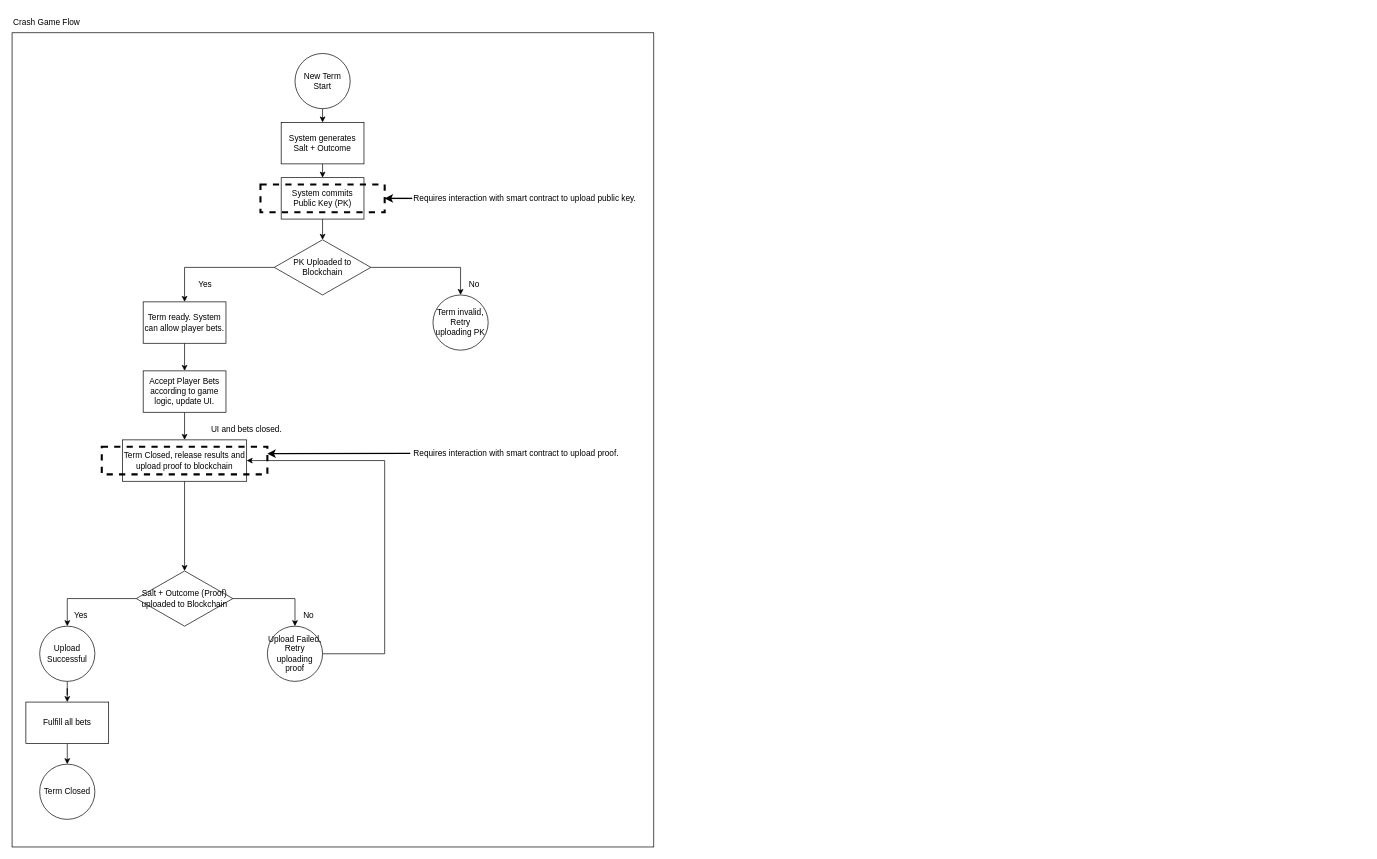
Above: Crashuserflow.drawio in wayneGoCode/drawio-diagrams (draw.io), before the change. Source tidied: cells renumbered, new cells numbered last; positions are measured from the earlier drawing's top-left corner, leaving out a move shared by most shapes. Both pictures are drawn from the tidied source at 69%, with x=0, y=0 at pixel (12, 12).
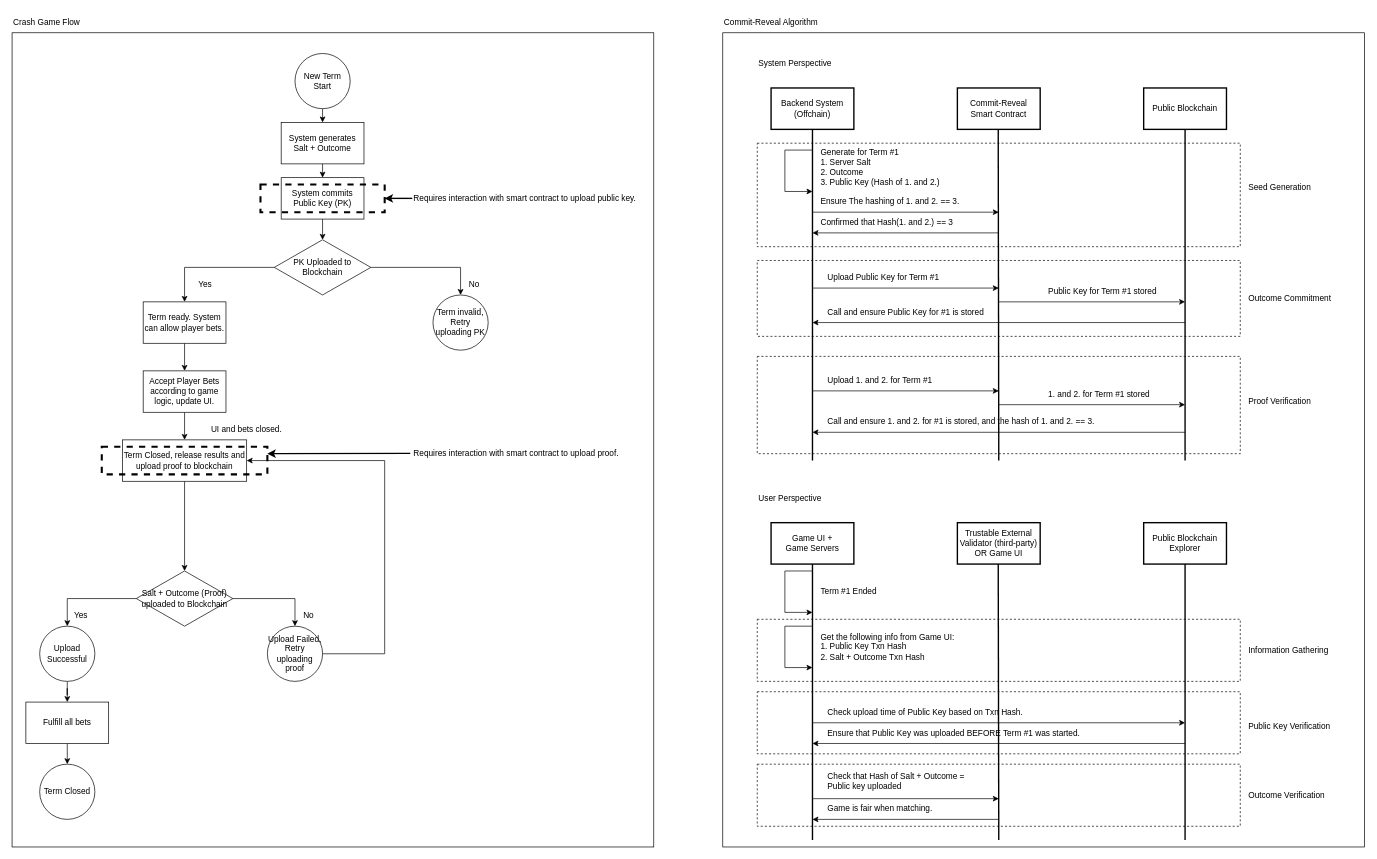
The same diagram, later.

What changed in the source:
```diff
@@
+    <mxCell id="41" style="rounded=0;whiteSpace=wrap;html=1;fillColor=none;dashed=1;" parent="1" vertex="1">
+      <mxGeometry x="1080" y="985" width="700" height="90" as="geometry" />
+    </mxCell>
+    <mxCell id="42" style="rounded=0;whiteSpace=wrap;html=1;fillColor=none;dashed=1;" parent="1" vertex="1">
+      <mxGeometry x="1080" y="190" width="700" height="150" as="geometry" />
+    </mxCell>
@@
+    <mxCell id="43" value="Commit-Reveal Algorithm" style="text;html=1;align=left;verticalAlign=middle;whiteSpace=wrap;rounded=0;" parent="1" vertex="1">
+      <mxGeometry x="1030" width="190" height="30" as="geometry" />
+    </mxCell>
+    <mxCell id="44" style="rounded=0;whiteSpace=wrap;html=1;fillColor=none;" parent="1" vertex="1">
+      <mxGeometry x="1030" y="30" width="930" height="1180" as="geometry" />
+    </mxCell>
+    <mxCell id="45" value="Backend System (Offchain)" style="rounded=0;whiteSpace=wrap;html=1;strokeWidth=2;" parent="1" vertex="1">
+      <mxGeometry x="1100" y="110" width="120" height="60" as="geometry" />
+    </mxCell>
+    <mxCell id="46" value="Public Blockchain" style="rounded=0;whiteSpace=wrap;html=1;strokeWidth=2;" parent="1" vertex="1">
+      <mxGeometry x="1640" y="110" width="120" height="60" as="geometry" />
+    </mxCell>
+    <mxCell id="47" value="Commit-Reveal Smart Contract" style="rounded=0;whiteSpace=wrap;html=1;strokeWidth=2;" parent="1" vertex="1">
+      <mxGeometry x="1370" y="110" width="120" height="60" as="geometry" />
+    </mxCell>
+    <mxCell id="48" style="endArrow=none;html=1;rounded=0;entryX=0.5;entryY=1;entryDx=0;entryDy=0;strokeWidth=2;" parent="1" edge="1" target="45">
+      <mxGeometry relative="1" as="geometry">
+        <mxPoint x="1160" y="650" as="sourcePoint" />
+      </mxGeometry>
+    </mxCell>
+    <mxCell id="49" style="endArrow=none;html=1;rounded=0;entryX=0.5;entryY=1;entryDx=0;entryDy=0;strokeWidth=2;" parent="1" edge="1">
+      <mxGeometry relative="1" as="geometry">
+        <mxPoint x="1430" y="650" as="sourcePoint" />
+        <mxPoint x="1429.2" y="170" as="targetPoint" />
+      </mxGeometry>
+    </mxCell>
+    <mxCell id="50" style="endArrow=none;html=1;rounded=0;entryX=0.5;entryY=1;entryDx=0;entryDy=0;strokeWidth=2;" parent="1" edge="1">
+      <mxGeometry relative="1" as="geometry">
+        <mxPoint x="1700" y="650" as="sourcePoint" />
+        <mxPoint x="1700" y="170" as="targetPoint" />
+      </mxGeometry>
+    </mxCell>
+    <mxCell id="51" value="System Perspective" style="text;html=1;align=left;verticalAlign=middle;whiteSpace=wrap;rounded=0;" parent="1" vertex="1">
+      <mxGeometry x="1080" y="60" width="190" height="30" as="geometry" />
+    </mxCell>
+    <mxCell id="52" value="Upload Public Key for Term #1" style="text;html=1;align=left;verticalAlign=middle;whiteSpace=wrap;rounded=0;" parent="1" vertex="1">
+      <mxGeometry x="1180" y="370" width="190" height="30" as="geometry" />
+    </mxCell>
+    <mxCell id="53" style="endArrow=classic;html=1;rounded=0;" parent="1" edge="1">
+      <mxGeometry relative="1" as="geometry">
+        <mxPoint x="1160" y="400" as="sourcePoint" />
+        <mxPoint x="1430" y="400" as="targetPoint" />
+      </mxGeometry>
+    </mxCell>
+    <mxCell id="54" style="endArrow=classic;html=1;rounded=0;" parent="1" edge="1">
+      <mxGeometry relative="1" as="geometry">
+        <mxPoint x="1430" y="420" as="sourcePoint" />
+        <mxPoint x="1700" y="420" as="targetPoint" />
+      </mxGeometry>
+    </mxCell>
+    <mxCell id="55" value="Public Key for Term #1 stored" style="text;html=1;align=left;verticalAlign=middle;whiteSpace=wrap;rounded=0;" parent="1" vertex="1">
+      <mxGeometry x="1500" y="390" width="190" height="30" as="geometry" />
+    </mxCell>
+    <mxCell id="56" style="endArrow=classic;html=1;rounded=0;" parent="1" edge="1">
+      <mxGeometry relative="1" as="geometry">
+        <mxPoint x="1700" y="450" as="sourcePoint" />
+        <mxPoint x="1160" y="450" as="targetPoint" />
+      </mxGeometry>
+    </mxCell>
+    <mxCell id="57" value="Call and ensure Public Key for #1 is stored" style="text;html=1;align=left;verticalAlign=middle;whiteSpace=wrap;rounded=0;" parent="1" vertex="1">
+      <mxGeometry x="1180" y="420" width="240" height="30" as="geometry" />
+    </mxCell>
+    <mxCell id="58" value="Generate for Term #1&lt;br&gt;1. Server Salt&lt;br&gt;&lt;div&gt;2. Outcome&lt;/div&gt;&lt;div&gt;3. Public Key (Hash of 1. and 2.)&lt;/div&gt;" style="text;html=1;align=left;verticalAlign=middle;whiteSpace=wrap;rounded=0;" parent="1" vertex="1">
+      <mxGeometry x="1170" y="195" width="190" height="60" as="geometry" />
+    </mxCell>
+    <mxCell id="59" style="endArrow=classic;startArrow=none;html=1;rounded=0;startFill=0;" parent="1" edge="1">
+      <mxGeometry relative="1" as="geometry">
+        <mxPoint x="1160" y="200" as="sourcePoint" />
+        <mxPoint x="1160" y="260" as="targetPoint" />
+        <Array as="points">
+          <mxPoint x="1120" y="200" />
+          <mxPoint x="1120" y="260" />
+        </Array>
+      </mxGeometry>
+    </mxCell>
+    <mxCell id="60" value="Upload 1. and 2. for Term #1" style="text;html=1;align=left;verticalAlign=middle;whiteSpace=wrap;rounded=0;" parent="1" vertex="1">
+      <mxGeometry x="1180" y="519" width="190" height="30" as="geometry" />
+    </mxCell>
+    <mxCell id="61" style="endArrow=classic;html=1;rounded=0;" parent="1" edge="1">
+      <mxGeometry relative="1" as="geometry">
+        <mxPoint x="1160" y="549" as="sourcePoint" />
+        <mxPoint x="1430" y="549" as="targetPoint" />
+      </mxGeometry>
+    </mxCell>
+    <mxCell id="62" style="endArrow=classic;html=1;rounded=0;" parent="1" edge="1">
+      <mxGeometry relative="1" as="geometry">
+        <mxPoint x="1430" y="569" as="sourcePoint" />
+        <mxPoint x="1700" y="569" as="targetPoint" />
+      </mxGeometry>
+    </mxCell>
+    <mxCell id="63" value="1. and 2. for Term #1 stored" style="text;html=1;align=left;verticalAlign=middle;whiteSpace=wrap;rounded=0;" parent="1" vertex="1">
+      <mxGeometry x="1500" y="539" width="190" height="30" as="geometry" />
+    </mxCell>
+    <mxCell id="64" style="endArrow=classic;html=1;rounded=0;" parent="1" edge="1">
+      <mxGeometry relative="1" as="geometry">
+        <mxPoint x="1700" y="609" as="sourcePoint" />
+        <mxPoint x="1160" y="609" as="targetPoint" />
+      </mxGeometry>
+    </mxCell>
+    <mxCell id="65" value="Call and ensure 1. and 2. for #1 is stored, and the hash of 1. and 2. == 3." style="text;html=1;align=left;verticalAlign=middle;whiteSpace=wrap;rounded=0;" parent="1" vertex="1">
+      <mxGeometry x="1180" y="579" width="470" height="30" as="geometry" />
+    </mxCell>
+    <mxCell id="66" style="endArrow=classic;html=1;rounded=0;" parent="1" edge="1">
+      <mxGeometry relative="1" as="geometry">
+        <mxPoint x="1160" y="290" as="sourcePoint" />
+        <mxPoint x="1430" y="290" as="targetPoint" />
+      </mxGeometry>
+    </mxCell>
+    <mxCell id="67" style="endArrow=classic;html=1;rounded=0;" parent="1" edge="1">
+      <mxGeometry relative="1" as="geometry">
+        <mxPoint x="1430" y="320" as="sourcePoint" />
+        <mxPoint x="1160" y="320" as="targetPoint" />
+      </mxGeometry>
+    </mxCell>
+    <mxCell id="68" value="Ensure The hashing of 1. and 2. == 3." style="text;html=1;align=left;verticalAlign=middle;whiteSpace=wrap;rounded=0;" parent="1" vertex="1">
+      <mxGeometry x="1170" y="260" width="220" height="30" as="geometry" />
+    </mxCell>
+    <mxCell id="69" value="Confirmed that Hash(1. and 2.) == 3" style="text;html=1;align=left;verticalAlign=middle;whiteSpace=wrap;rounded=0;" parent="1" vertex="1">
+      <mxGeometry x="1170" y="290" width="220" height="30" as="geometry" />
+    </mxCell>
+    <mxCell id="70" value="Seed Generation" style="text;html=1;align=left;verticalAlign=middle;whiteSpace=wrap;rounded=0;" parent="1" vertex="1">
+      <mxGeometry x="1790" y="240" width="140" height="30" as="geometry" />
+    </mxCell>
+    <mxCell id="71" value="Outcome Commitment" style="text;html=1;align=left;verticalAlign=middle;whiteSpace=wrap;rounded=0;" parent="1" vertex="1">
+      <mxGeometry x="1790" y="400" width="140" height="30" as="geometry" />
+    </mxCell>
+    <mxCell id="72" style="rounded=0;whiteSpace=wrap;html=1;fillColor=none;dashed=1;" parent="1" vertex="1">
+      <mxGeometry x="1080" y="360" width="700" height="110" as="geometry" />
+    </mxCell>
+    <mxCell id="73" style="rounded=0;whiteSpace=wrap;html=1;fillColor=none;dashed=1;" parent="1" vertex="1">
+      <mxGeometry x="1080" y="499" width="700" height="141" as="geometry" />
+    </mxCell>
+    <mxCell id="74" value="Proof Verification" style="text;html=1;align=left;verticalAlign=middle;whiteSpace=wrap;rounded=0;" parent="1" vertex="1">
+      <mxGeometry x="1790" y="550" width="140" height="30" as="geometry" />
+    </mxCell>
+    <mxCell id="75" value="Game UI + &lt;br&gt;Game Servers" style="rounded=0;whiteSpace=wrap;html=1;strokeWidth=2;" parent="1" vertex="1">
+      <mxGeometry x="1100" y="740" width="120" height="60" as="geometry" />
+    </mxCell>
+    <mxCell id="76" value="Public Blockchain&lt;br&gt;Explorer" style="rounded=0;whiteSpace=wrap;html=1;strokeWidth=2;" parent="1" vertex="1">
+      <mxGeometry x="1640" y="740" width="120" height="60" as="geometry" />
+    </mxCell>
+    <mxCell id="77" value="Trustable External Validator (third-party) OR Game UI" style="rounded=0;whiteSpace=wrap;html=1;strokeWidth=2;" parent="1" vertex="1">
+      <mxGeometry x="1370" y="740" width="120" height="60" as="geometry" />
+    </mxCell>
+    <mxCell id="78" style="endArrow=none;html=1;rounded=0;entryX=0.5;entryY=1;entryDx=0;entryDy=0;strokeWidth=2;" parent="1" edge="1" target="75">
+      <mxGeometry relative="1" as="geometry">
+        <mxPoint x="1160" y="1200" as="sourcePoint" />
+      </mxGeometry>
+    </mxCell>
+    <mxCell id="79" style="endArrow=none;html=1;rounded=0;entryX=0.5;entryY=1;entryDx=0;entryDy=0;strokeWidth=2;" parent="1" edge="1">
+      <mxGeometry relative="1" as="geometry">
+        <mxPoint x="1430" y="1200" as="sourcePoint" />
+        <mxPoint x="1429.2" y="800" as="targetPoint" />
+      </mxGeometry>
+    </mxCell>
+    <mxCell id="80" style="endArrow=none;html=1;rounded=0;entryX=0.5;entryY=1;entryDx=0;entryDy=0;strokeWidth=2;" parent="1" edge="1">
+      <mxGeometry relative="1" as="geometry">
+        <mxPoint x="1700" y="1200" as="sourcePoint" />
+        <mxPoint x="1700" y="800" as="targetPoint" />
+      </mxGeometry>
+    </mxCell>
+    <mxCell id="81" value="User Perspective" style="text;html=1;align=left;verticalAlign=middle;whiteSpace=wrap;rounded=0;" parent="1" vertex="1">
+      <mxGeometry x="1080" y="690" width="190" height="30" as="geometry" />
+    </mxCell>
+    <mxCell id="82" value="Ensure that Public Key was uploaded BEFORE Term #1 was started." style="text;html=1;align=left;verticalAlign=middle;whiteSpace=wrap;rounded=0;" parent="1" vertex="1">
+      <mxGeometry x="1180" y="1030" width="470" height="30" as="geometry" />
+    </mxCell>
+    <mxCell id="83" style="endArrow=classic;html=1;rounded=0;" parent="1" edge="1">
+      <mxGeometry relative="1" as="geometry">
+        <mxPoint x="1160" y="1030" as="sourcePoint" />
+        <mxPoint x="1700" y="1030" as="targetPoint" />
+      </mxGeometry>
+    </mxCell>
+    <mxCell id="84" style="endArrow=classic;html=1;rounded=0;" parent="1" edge="1">
+      <mxGeometry relative="1" as="geometry">
+        <mxPoint x="1700" y="1060" as="sourcePoint" />
+        <mxPoint x="1160" y="1060" as="targetPoint" />
+      </mxGeometry>
+    </mxCell>
+    <mxCell id="85" value="Get the following info from Game UI:&lt;div&gt;1. Public Key Txn Hash&lt;/div&gt;&lt;div&gt;2. Salt + Outcome Txn Hash&lt;/div&gt;" style="text;html=1;align=left;verticalAlign=middle;whiteSpace=wrap;rounded=0;" parent="1" vertex="1">
+      <mxGeometry x="1170" y="890" width="260" height="60" as="geometry" />
+    </mxCell>
+    <mxCell id="86" value="Check that Hash of Salt + Outcome =&lt;br&gt;Public key uploaded" style="text;html=1;align=left;verticalAlign=middle;whiteSpace=wrap;rounded=0;" parent="1" vertex="1">
+      <mxGeometry x="1180" y="1100" width="240" height="30" as="geometry" />
+    </mxCell>
+    <mxCell id="87" style="endArrow=classic;html=1;rounded=0;" parent="1" edge="1">
+      <mxGeometry relative="1" as="geometry">
+        <mxPoint x="1160" y="1140" as="sourcePoint" />
+        <mxPoint x="1430" y="1140" as="targetPoint" />
+      </mxGeometry>
+    </mxCell>
+    <mxCell id="88" style="endArrow=classic;html=1;rounded=0;" parent="1" edge="1">
+      <mxGeometry relative="1" as="geometry">
+        <mxPoint x="1430" y="1170" as="sourcePoint" />
+        <mxPoint x="1160" y="1170" as="targetPoint" />
+      </mxGeometry>
+    </mxCell>
+    <mxCell id="89" value="Information Gathering" style="text;html=1;align=left;verticalAlign=middle;whiteSpace=wrap;rounded=0;" parent="1" vertex="1">
+      <mxGeometry x="1790" y="910" width="140" height="30" as="geometry" />
+    </mxCell>
+    <mxCell id="90" value="Public Key Verification" style="text;html=1;align=left;verticalAlign=middle;whiteSpace=wrap;rounded=0;" parent="1" vertex="1">
+      <mxGeometry x="1790" y="1020" width="140" height="30" as="geometry" />
+    </mxCell>
+    <mxCell id="91" value="Outcome Verification" style="text;html=1;align=left;verticalAlign=middle;whiteSpace=wrap;rounded=0;" parent="1" vertex="1">
+      <mxGeometry x="1790" y="1120" width="140" height="30" as="geometry" />
+    </mxCell>
+    <mxCell id="92" value="Term #1 Ended" style="text;html=1;align=left;verticalAlign=middle;whiteSpace=wrap;rounded=0;" parent="1" vertex="1">
+      <mxGeometry x="1170" y="810" width="260" height="60" as="geometry" />
+    </mxCell>
+    <mxCell id="93" style="endArrow=classic;startArrow=none;html=1;rounded=0;startFill=0;" parent="1" edge="1">
+      <mxGeometry relative="1" as="geometry">
+        <mxPoint x="1160" y="810" as="sourcePoint" />
+        <mxPoint x="1160" y="870" as="targetPoint" />
+        <Array as="points">
+          <mxPoint x="1120" y="810" />
+          <mxPoint x="1120" y="870" />
+        </Array>
+      </mxGeometry>
+    </mxCell>
+    <mxCell id="94" style="endArrow=classic;startArrow=none;html=1;rounded=0;startFill=0;" parent="1" edge="1">
+      <mxGeometry relative="1" as="geometry">
+        <mxPoint x="1160" y="890" as="sourcePoint" />
+        <mxPoint x="1160" y="950" as="targetPoint" />
+        <Array as="points">
+          <mxPoint x="1120" y="890" />
+          <mxPoint x="1120" y="950" />
+        </Array>
+      </mxGeometry>
+    </mxCell>
+    <mxCell id="95" value="Check upload time of Public Key based on Txn Hash." style="text;html=1;align=left;verticalAlign=middle;whiteSpace=wrap;rounded=0;" parent="1" vertex="1">
+      <mxGeometry x="1180" y="1000" width="470" height="30" as="geometry" />
+    </mxCell>
+    <mxCell id="96" value="Game is fair when matching." style="text;html=1;align=left;verticalAlign=middle;whiteSpace=wrap;rounded=0;" parent="1" vertex="1">
+      <mxGeometry x="1180" y="1140" width="240" height="30" as="geometry" />
+    </mxCell>
+    <mxCell id="97" style="rounded=0;whiteSpace=wrap;html=1;fillColor=none;dashed=1;" parent="1" vertex="1">
+      <mxGeometry x="1080" y="880" width="700" height="90" as="geometry" />
+    </mxCell>
+    <mxCell id="98" style="rounded=0;whiteSpace=wrap;html=1;fillColor=none;dashed=1;" parent="1" vertex="1">
+      <mxGeometry x="1080" y="1090" width="700" height="90" as="geometry" />
+    </mxCell>
```
